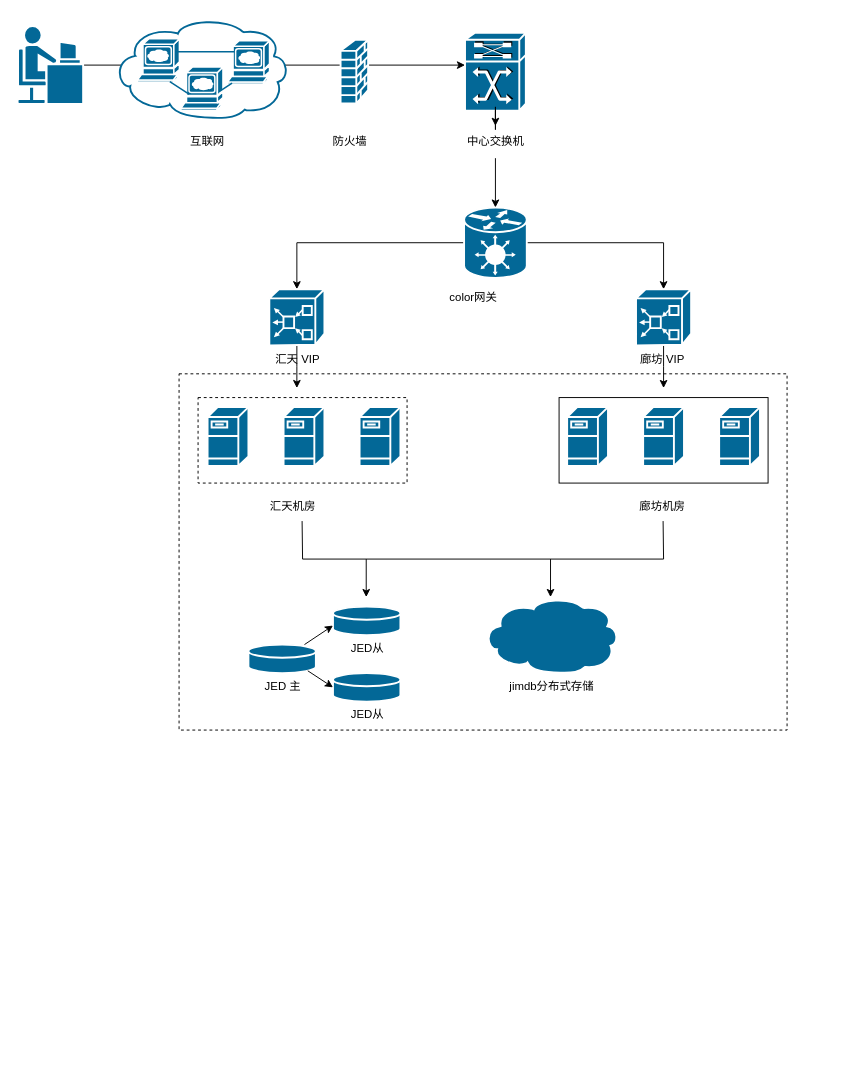
Above: 千目物理拓扑图.drawio in BlankKelly/diagrams (draw.io), before the change. Source tidied: cells renumbered, new cells numbered last; positions are measured from the earlier drawing's top-left corner, leaving out a move shared by most shapes. Both pictures are drawn from the tidied source at 95%, with x=0, y=0 at pixel (17, 17).
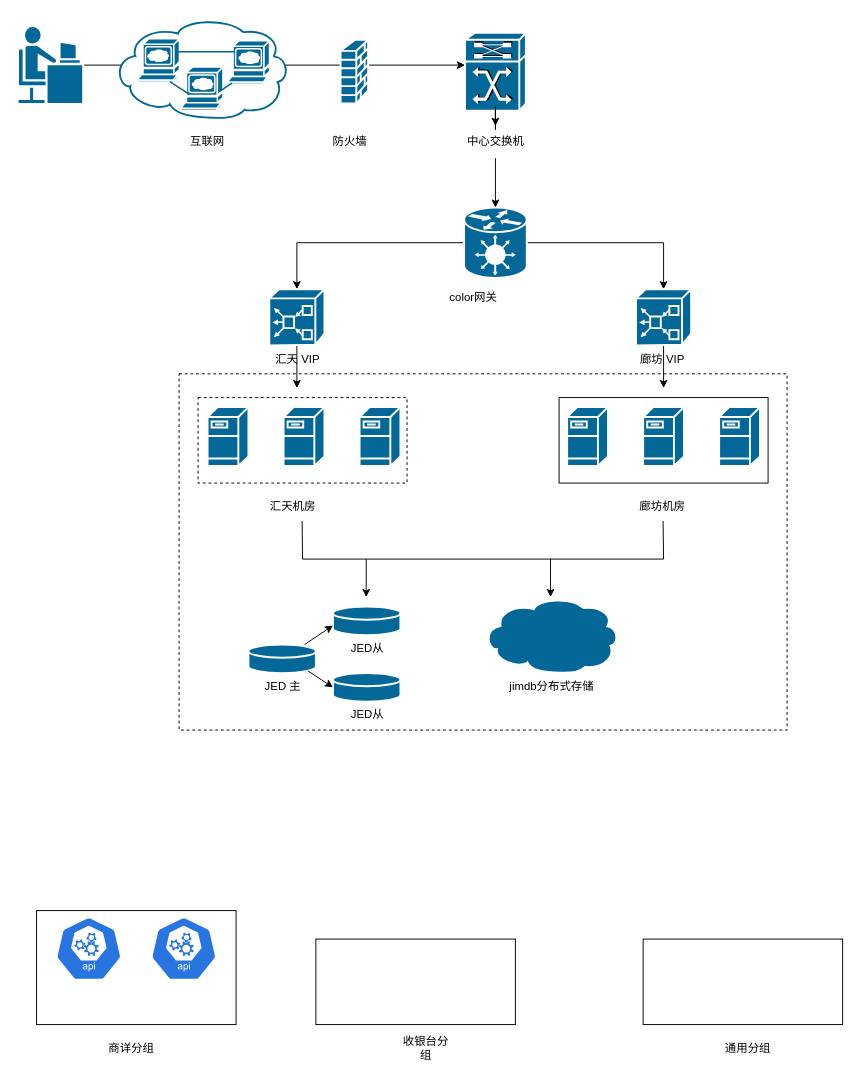
After the change.

Commit message:
更新千目物理拓扑图.drawio

Change to the diagram source:
```diff
@@
+    <mxCell id="44" style="rounded=0;whiteSpace=wrap;html=1;" parent="1" vertex="1">
+      <mxGeometry x="20" y="940" width="210" height="120" as="geometry" />
+    </mxCell>
+    <mxCell id="45" style="rounded=0;whiteSpace=wrap;html=1;" parent="1" vertex="1">
+      <mxGeometry x="314" y="970" width="210" height="90" as="geometry" />
+    </mxCell>
+    <mxCell id="46" style="rounded=0;whiteSpace=wrap;html=1;" parent="1" vertex="1">
+      <mxGeometry x="658.5" y="970" width="210" height="90" as="geometry" />
+    </mxCell>
+    <mxCell id="47" value="商详分组" style="text;html=1;strokeColor=none;fillColor=none;align=center;verticalAlign=middle;whiteSpace=wrap;rounded=0;" parent="1" vertex="1">
+      <mxGeometry x="90" y="1070" width="60" height="30" as="geometry" />
+    </mxCell>
+    <mxCell id="48" value="收银台分组" style="text;html=1;strokeColor=none;fillColor=none;align=center;verticalAlign=middle;whiteSpace=wrap;rounded=0;" parent="1" vertex="1">
+      <mxGeometry x="400" y="1070" width="60" height="30" as="geometry" />
+    </mxCell>
+    <mxCell id="49" value="通用分组" style="text;html=1;strokeColor=none;fillColor=none;align=center;verticalAlign=middle;whiteSpace=wrap;rounded=0;" parent="1" vertex="1">
+      <mxGeometry x="738.5" y="1070" width="60" height="30" as="geometry" />
+    </mxCell>
+    <mxCell id="50" style="sketch=0;html=1;dashed=0;whitespace=wrap;fillColor=#2875E2;strokeColor=#ffffff;verticalLabelPosition=bottom;align=center;verticalAlign=top;shape=mxgraph.kubernetes.icon;prIcon=api;" parent="1" vertex="1">
+      <mxGeometry x="40" y="940" width="70" height="80" as="geometry" />
+    </mxCell>
+    <mxCell id="51" style="sketch=0;html=1;dashed=0;whitespace=wrap;fillColor=#2875E2;strokeColor=#ffffff;verticalLabelPosition=bottom;align=center;verticalAlign=top;shape=mxgraph.kubernetes.icon;prIcon=api;" parent="1" vertex="1">
+      <mxGeometry x="140" y="940" width="70" height="80" as="geometry" />
+    </mxCell>
```
